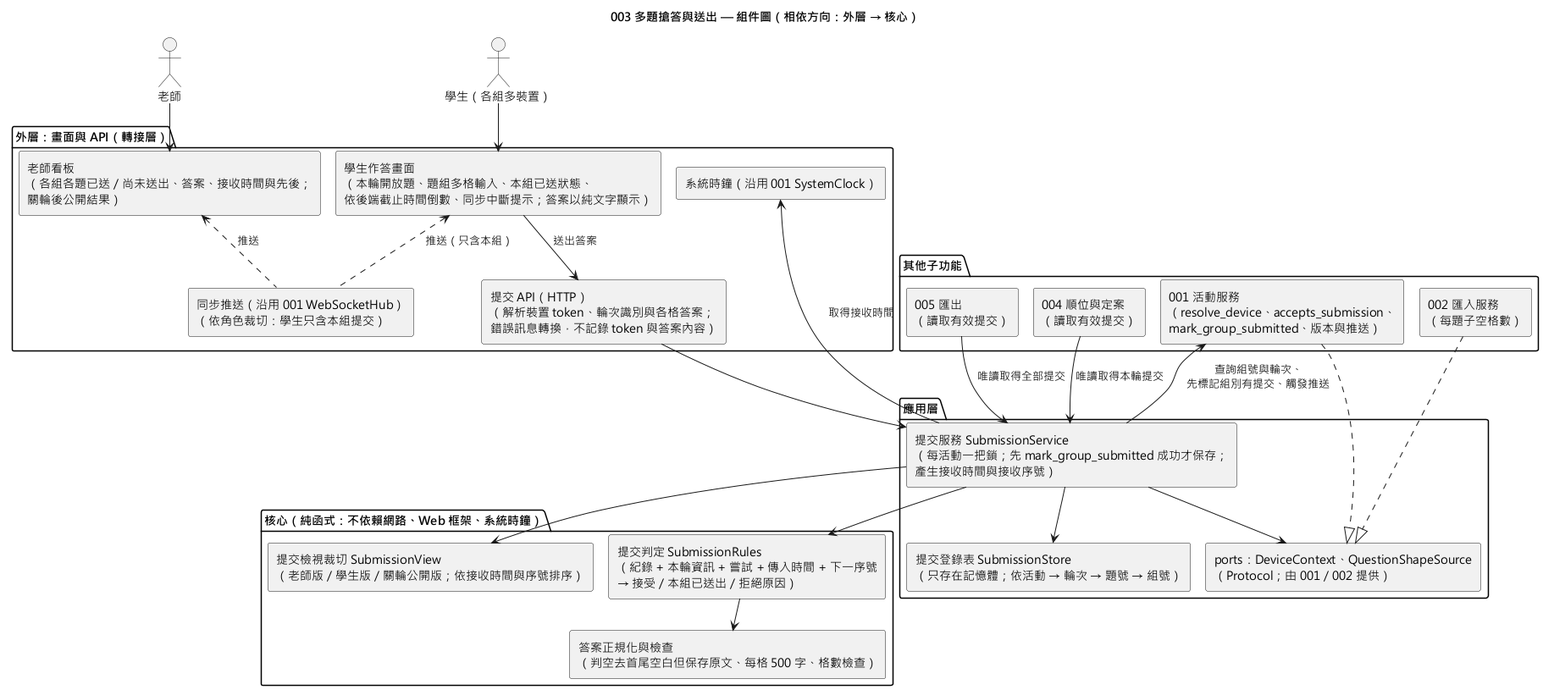
This is diagrams/003-round-submission-component.png from EricC430/lecture-answer-first_group16_speckit, a PlantUML export, as it was before one commit.
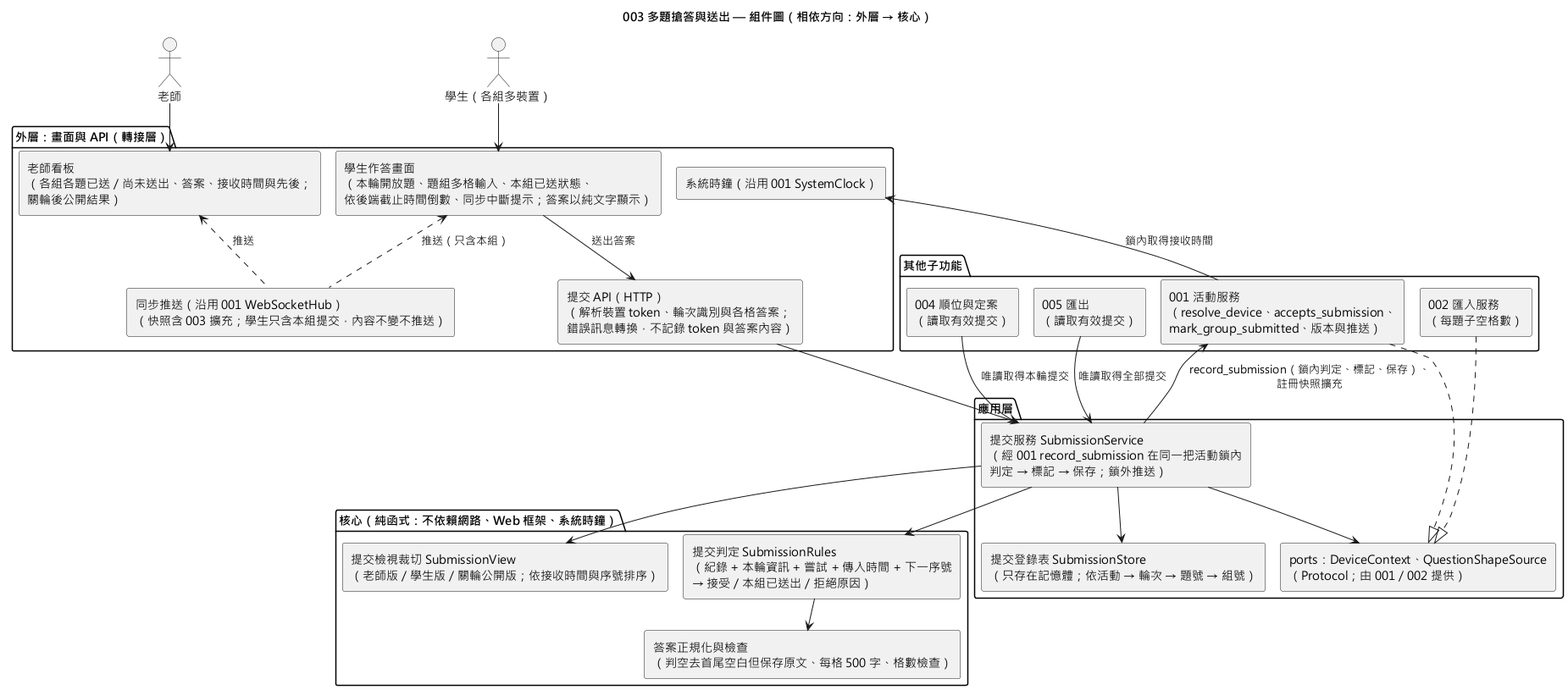
Later version of the same file.

Diff of the diagram source:
```diff
@@ -11,12 +11,12 @@
   [學生作答畫面\n（本輪開放題、題組多格輸入、本組已送狀態、\n依後端截止時間倒數、同步中斷提示；答案以純文字顯示）] as StudentUI
   [老師看板\n（各組各題已送／尚未送出、答案、接收時間與先後；\n關輪後公開結果）] as TeacherUI
   [提交 API（HTTP）\n（解析裝置 token、輪次識別與各格答案；\n錯誤訊息轉換，不記錄 token 與答案內容）] as SubmitApi
-  [同步推送（沿用 001 WebSocketHub）\n（依角色裁切：學生只含本組提交）] as Sync
+  [同步推送（沿用 001 WebSocketHub）\n（快照含 003 擴充；學生只含本組提交，內容不變不推送）] as Sync
   [系統時鐘（沿用 001 SystemClock）] as ClockImpl
 }
 
 package "應用層" {
-  [提交服務 SubmissionService\n（每活動一把鎖；先 mark_group_submitted 成功才保存；\n產生接收時間與接收序號）] as Service
+  [提交服務 SubmissionService\n（經 001 record_submission 在同一把活動鎖內\n判定 → 標記 → 保存；鎖外推送）] as Service
   [提交登錄表 SubmissionStore\n（只存在記憶體；依活動 → 輪次 → 題號 → 組號）] as Store
   [ports：DeviceContext、QuestionShapeSource\n（Protocol；由 001／002 提供）] as Ports
 }
@@ -45,10 +45,10 @@
 Rules --> AnswerRules
 Service --> View
 Service --> Ports
-Service --> ClockImpl : 取得接收時間
+Activity --> ClockImpl : 鎖內取得接收時間
 Activity ..|> Ports
 Import ..|> Ports
-Service --> Activity : 查詢組號與輪次、\n先標記組別有提交、觸發推送
+Service --> Activity : record_submission（鎖內判定、標記、保存）、\n註冊快照擴充
 Ranking --> Service : 唯讀取得本輪提交
 Export --> Service : 唯讀取得全部提交
 @enduml
```
